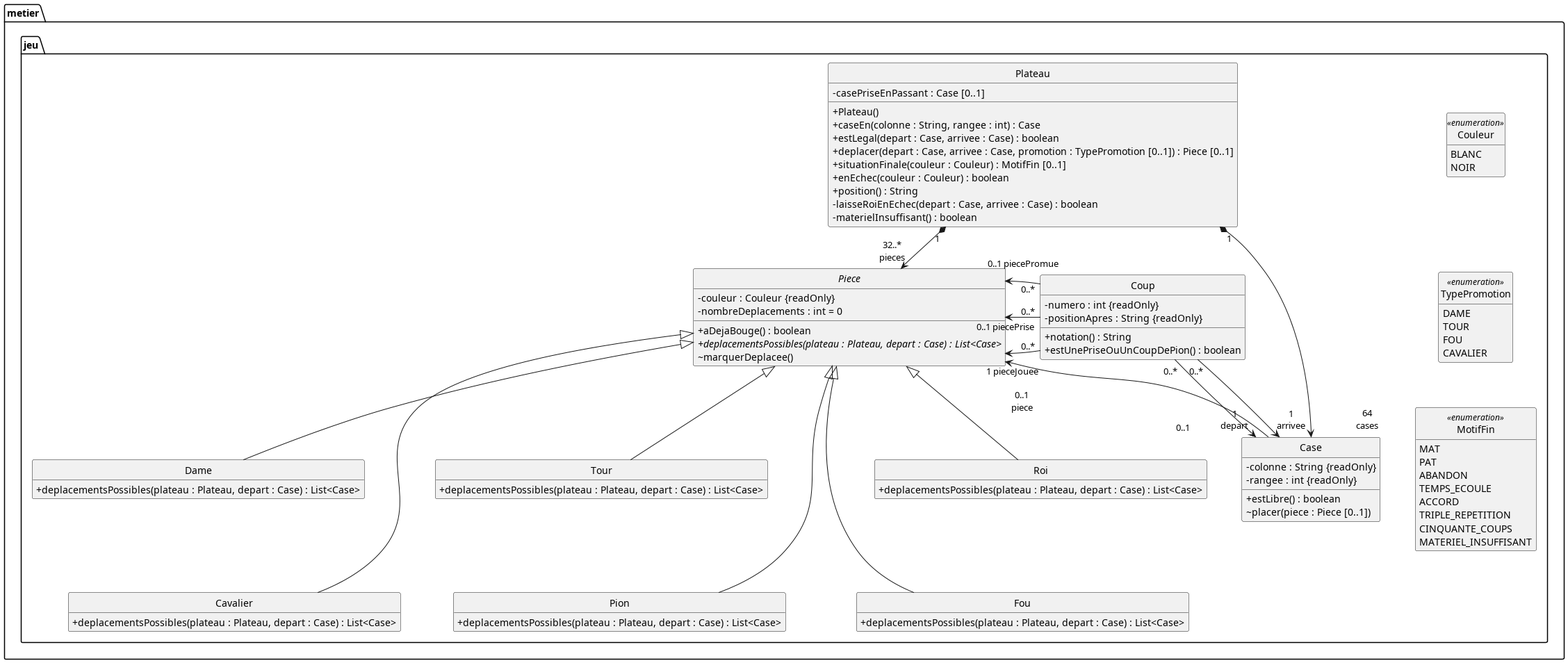
This is diagrams/classes-conception-jeu.png from kevinBissouth/projet_echecs_tic315, a PlantUML export, as it was before one commit. Its diagram source:
```plantuml
@startuml classes-conception-jeu

hide circle
hide empty members
skinparam classAttributeIconSize 0
skinparam nodesep 50
skinparam ranksep 60

package metier.jeu {

  class Plateau {
    - casePriseEnPassant : Case [0..1]
    + Plateau()
    + caseEn(colonne : String, rangee : int) : Case
    + estLegal(depart : Case, arrivee : Case) : boolean
    + deplacer(depart : Case, arrivee : Case, promotion : TypePromotion [0..1]) : Piece [0..1]
    + situationFinale(couleur : Couleur) : MotifFin [0..1]
    + enEchec(couleur : Couleur) : boolean
    + position() : String
    - laisseRoiEnEchec(depart : Case, arrivee : Case) : boolean
    - materielInsuffisant() : boolean
  }

  class Case {
    - colonne : String {readOnly}
    - rangee : int {readOnly}
    + estLibre() : boolean
    ~ placer(piece : Piece [0..1])
  }

  abstract class Piece {
    - couleur : Couleur {readOnly}
    - nombreDeplacements : int = 0
    + aDejaBouge() : boolean
    + {abstract} deplacementsPossibles(plateau : Plateau, depart : Case) : List<Case>
    ~ marquerDeplacee()
  }

  class Roi {
    + deplacementsPossibles(plateau : Plateau, depart : Case) : List<Case>
  }
  class Dame {
    + deplacementsPossibles(plateau : Plateau, depart : Case) : List<Case>
  }
  class Tour {
    + deplacementsPossibles(plateau : Plateau, depart : Case) : List<Case>
  }
  class Fou {
    + deplacementsPossibles(plateau : Plateau, depart : Case) : List<Case>
  }
  class Cavalier {
    + deplacementsPossibles(plateau : Plateau, depart : Case) : List<Case>
  }
  class Pion {
    + deplacementsPossibles(plateau : Plateau, depart : Case) : List<Case>
  }

  class Coup {
    - numero : int {readOnly}
    - positionApres : String {readOnly}
    + notation() : String
    + estUnePriseOuUnCoupDePion() : boolean
  }

  enum Couleur <<enumeration>> {
    BLANC
    NOIR
  }

  enum TypePromotion <<enumeration>> {
    DAME
    TOUR
    FOU
    CAVALIER
  }

  enum MotifFin <<enumeration>> {
    MAT
    PAT
    ABANDON
    TEMPS_ECOULE
    ACCORD
    TRIPLE_REPETITION
    CINQUANTE_COUPS
    MATERIEL_INSUFFISANT
  }
}

Piece <|-- Roi
Piece <|-- Dame
Piece <|-- Tour
Piece <|-- Fou
Piece <|-- Cavalier
Piece <|-- Pion

Plateau "1" *--> "                    64\n                    cases" Case
Plateau "1" *--> "32..*\npieces" Piece
Case "0..1                      " --> "\n\n0..1\npiece" Piece
Coup "0..*" --> "1\ndepart" Case
Coup "0..*" --> "1\narrivee" Case
Coup "0..*" -left-> "1 pieceJouee" Piece
Coup "0..*" -left-> "0..1 piecePrise" Piece
Coup "0..*" -left-> "0..1 piecePromue" Piece

Roi -[hidden]down- Fou
Dame -[hidden]down- Cavalier
Tour -[hidden]down- Pion
Couleur -[hidden]down- TypePromotion
TypePromotion -[hidden]down- MotifFin

@enduml
```
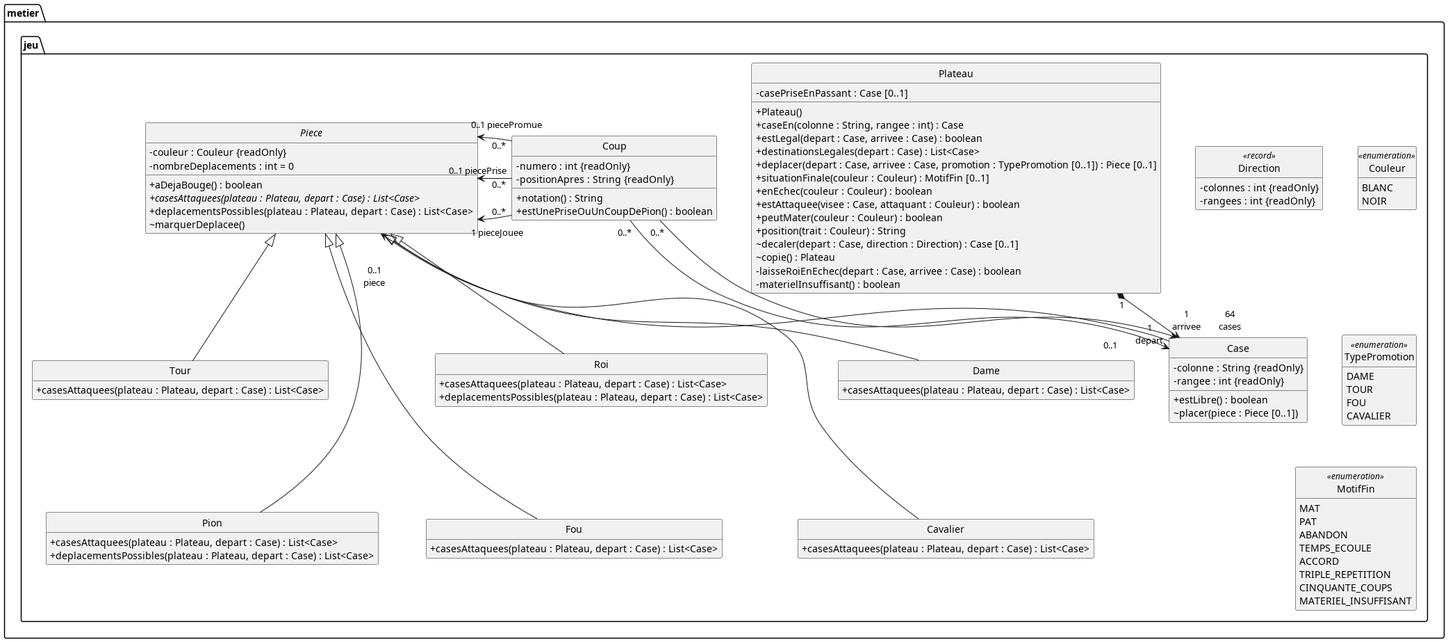
Later version of the same file.

What changed in the source:
```diff
@@ -13,10 +13,15 @@
     + Plateau()
     + caseEn(colonne : String, rangee : int) : Case
     + estLegal(depart : Case, arrivee : Case) : boolean
+    + destinationsLegales(depart : Case) : List<Case>
     + deplacer(depart : Case, arrivee : Case, promotion : TypePromotion [0..1]) : Piece [0..1]
     + situationFinale(couleur : Couleur) : MotifFin [0..1]
     + enEchec(couleur : Couleur) : boolean
-    + position() : String
+    + estAttaquee(visee : Case, attaquant : Couleur) : boolean
+    + peutMater(couleur : Couleur) : boolean
+    + position(trait : Couleur) : String
+    ~ decaler(depart : Case, direction : Direction) : Case [0..1]
+    ~ copie() : Plateau
     - laisseRoiEnEchec(depart : Case, arrivee : Case) : boolean
     - materielInsuffisant() : boolean
   }
@@ -28,30 +33,38 @@
     ~ placer(piece : Piece [0..1])
   }
 
+  class Direction <<record>> {
+    - colonnes : int {readOnly}
+    - rangees : int {readOnly}
+  }
+
   abstract class Piece {
     - couleur : Couleur {readOnly}
     - nombreDeplacements : int = 0
     + aDejaBouge() : boolean
-    + {abstract} deplacementsPossibles(plateau : Plateau, depart : Case) : List<Case>
+    + {abstract} casesAttaquees(plateau : Plateau, depart : Case) : List<Case>
+    + deplacementsPossibles(plateau : Plateau, depart : Case) : List<Case>
     ~ marquerDeplacee()
   }
 
   class Roi {
+    + casesAttaquees(plateau : Plateau, depart : Case) : List<Case>
     + deplacementsPossibles(plateau : Plateau, depart : Case) : List<Case>
   }
   class Dame {
-    + deplacementsPossibles(plateau : Plateau, depart : Case) : List<Case>
+    + casesAttaquees(plateau : Plateau, depart : Case) : List<Case>
   }
   class Tour {
-    + deplacementsPossibles(plateau : Plateau, depart : Case) : List<Case>
+    + casesAttaquees(plateau : Plateau, depart : Case) : List<Case>
   }
   class Fou {
-    + deplacementsPossibles(plateau : Plateau, depart : Case) : List<Case>
+    + casesAttaquees(plateau : Plateau, depart : Case) : List<Case>
   }
   class Cavalier {
-    + deplacementsPossibles(plateau : Plateau, depart : Case) : List<Case>
+    + casesAttaquees(plateau : Plateau, depart : Case) : List<Case>
   }
   class Pion {
+    + casesAttaquees(plateau : Plateau, depart : Case) : List<Case>
     + deplacementsPossibles(plateau : Plateau, depart : Case) : List<Case>
   }
 
@@ -94,7 +107,6 @@
 Piece <|-- Pion
 
 Plateau "1" *--> "                    64\n                    cases" Case
-Plateau "1" *--> "32..*\npieces" Piece
 Case "0..1                      " --> "\n\n0..1\npiece" Piece
 Coup "0..*" --> "1\ndepart" Case
 Coup "0..*" --> "1\narrivee" Case
```
